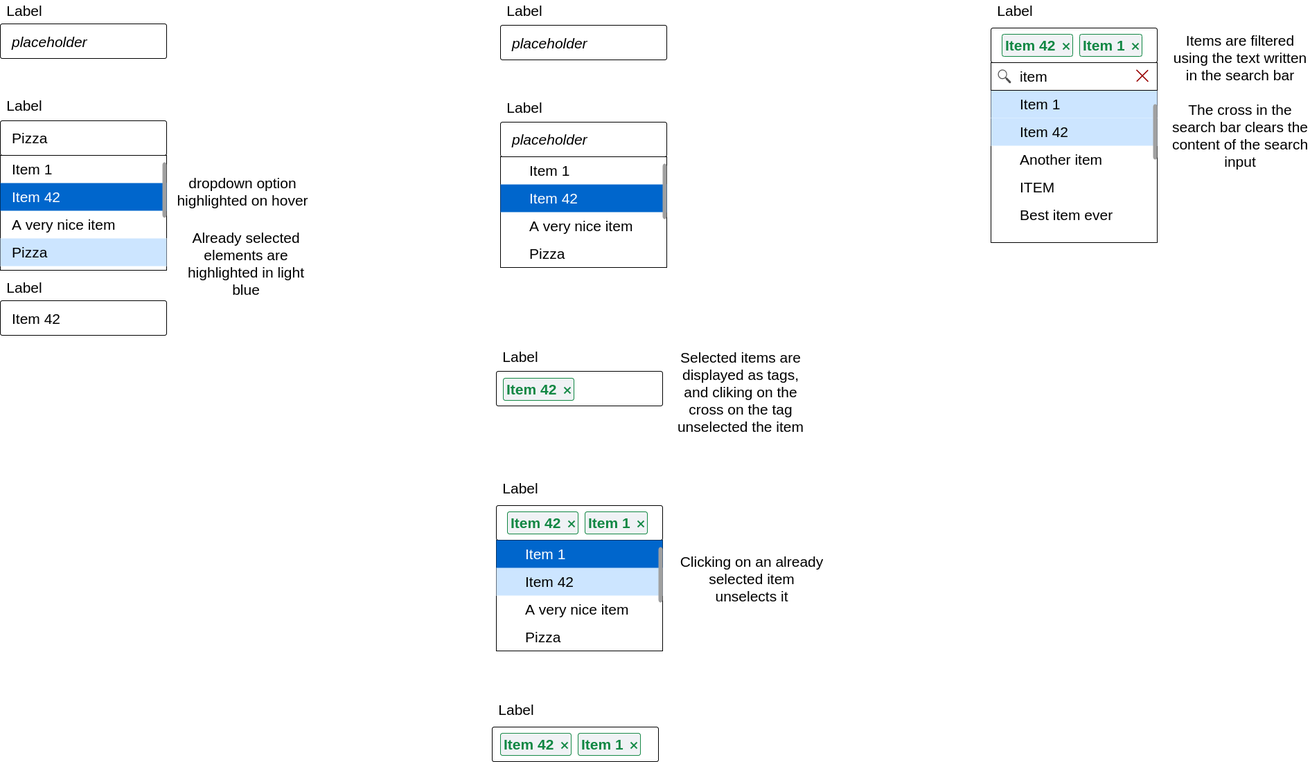
nberthou/pasqal-frontend-test keeps this draw.io diagram as docs/designs.drawio.png. Above is the earlier version. Source tidied: cells renumbered, new cells last; positions are measured from the earlier drawing's top-left corner, leaving out a move shared by most shapes.
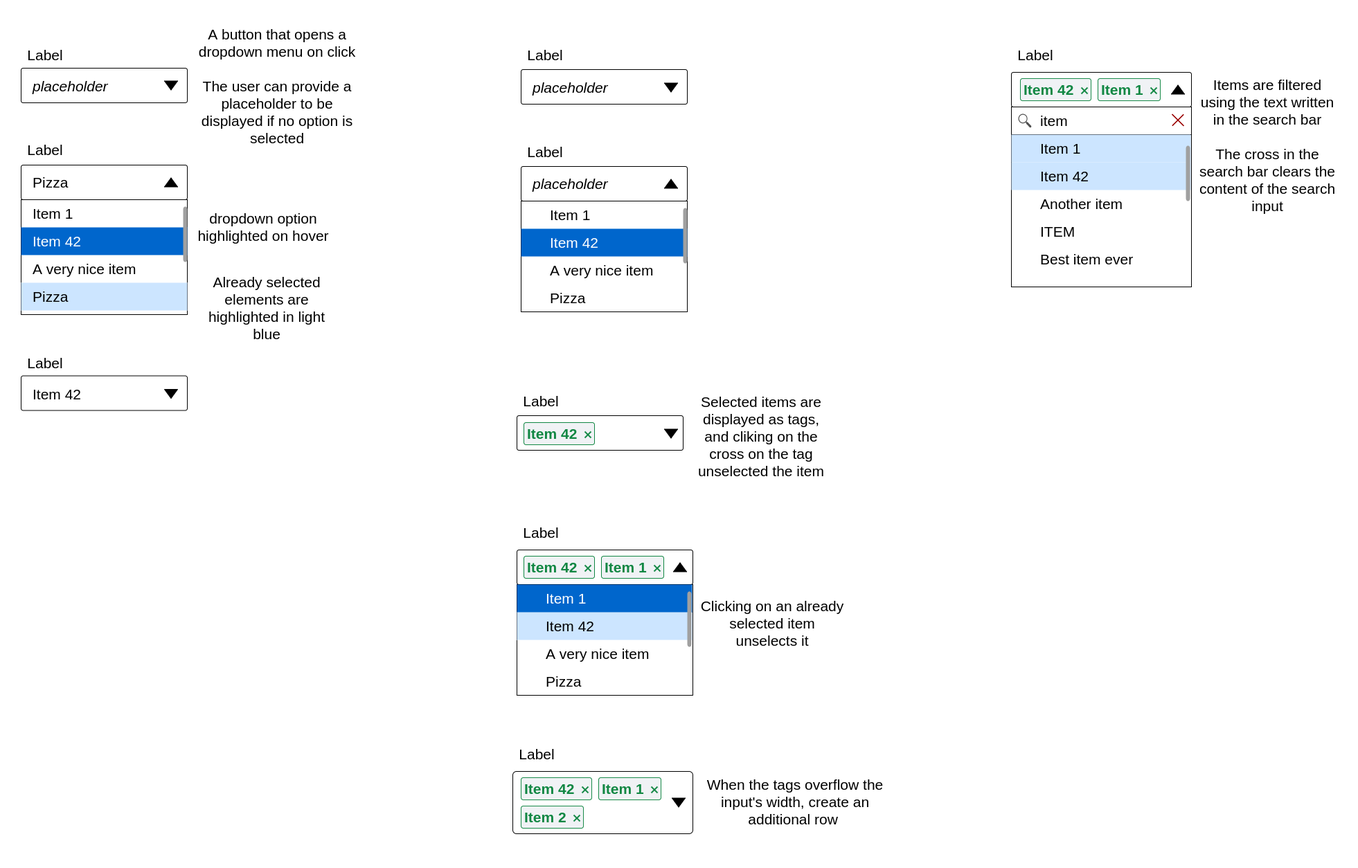
The same diagram one commit later.

What changed in the source:
```diff
@@ -1,16 +1,28 @@
-<mxGraphModel>
+<mxGraphModel background="#FFFFFF">
   <root>
     <mxCell id="0" />
     <mxCell id="1" parent="0" />
+    <mxCell id="52" style="rounded=1;whiteSpace=wrap;html=1;fontSize=21;align=center;arcSize=0;" parent="1" vertex="1">
+      <mxGeometry x="1430" y="90" width="260" height="260" as="geometry" />
+    </mxCell>
+    <mxCell id="63" style="rounded=0;whiteSpace=wrap;html=1;shadow=0;fontSize=21;fontColor=#000000;strokeWidth=1;gradientColor=none;gradientDirection=radial;align=left;fillColor=none;" parent="1" vertex="1">
+      <mxGeometry x="1430" y="90" width="260" height="40" as="geometry" />
+    </mxCell>
+    <mxCell id="66" value="item" style="text;html=1;strokeColor=none;fillColor=none;align=left;verticalAlign=middle;whiteSpace=wrap;rounded=0;fontSize=21;spacingLeft=40;" parent="1" vertex="1">
+      <mxGeometry x="1430" y="90" width="260" height="40" as="geometry" />
+    </mxCell>
+    <mxCell id="27" style="rounded=1;whiteSpace=wrap;html=1;fontSize=21;align=center;arcSize=0;" parent="1" vertex="1">
+      <mxGeometry x="716" y="780" width="254" height="160" as="geometry" />
+    </mxCell>
+    <mxCell id="31" value="Pizza" style="text;html=1;strokeColor=none;fillColor=none;align=left;verticalAlign=middle;whiteSpace=wrap;rounded=0;fontSize=21;spacingLeft=40;" parent="1" vertex="1">
+      <mxGeometry x="716" y="900" width="253" height="40" as="geometry" />
+    </mxCell>
     <mxCell id="2" style="rounded=1;whiteSpace=wrap;html=1;fontSize=21;align=center;arcSize=6;" parent="1" vertex="1">
-      <mxGeometry y="434" width="240" height="50" as="geometry" />
+      <mxGeometry y="478.5" width="240" height="50" as="geometry" />
     </mxCell>
     <mxCell id="3" value="Item 42" style="text;html=1;strokeColor=none;fillColor=none;align=left;verticalAlign=middle;whiteSpace=wrap;rounded=0;fontSize=21;spacingLeft=15;" parent="1" vertex="1">
-      <mxGeometry y="440" width="240" height="40" as="geometry" />
+      <mxGeometry y="484.5" width="240" height="40" as="geometry" />
     </mxCell>
-    <mxCell id="4" value="Item 42" style="text;html=1;strokeColor=none;fillColor=none;align=left;verticalAlign=middle;whiteSpace=wrap;rounded=0;fontSize=21;spacingLeft=40;" parent="1" vertex="1">
-      <mxGeometry x="1440" y="100" width="240" height="40" as="geometry" />
-    </mxCell>
     <mxCell id="5" style="rounded=1;whiteSpace=wrap;html=1;fontSize=21;align=center;arcSize=6;" parent="1" vertex="1">
       <mxGeometry y="34" width="240" height="50" as="geometry" />
     </mxCell>
@@ -72,31 +84,25 @@
       <mxGeometry x="956" y="236" width="6" height="80" as="geometry" />
     </mxCell>
     <mxCell id="25" style="rounded=1;whiteSpace=wrap;html=1;fontSize=21;align=center;arcSize=6;" parent="1" vertex="1">
-      <mxGeometry x="710" y="1050" width="240" height="50" as="geometry" />
+      <mxGeometry x="710" y="1050" width="260" height="90" as="geometry" />
     </mxCell>
     <mxCell id="26" style="rounded=1;whiteSpace=wrap;html=1;fontSize=21;align=center;arcSize=6;" parent="1" vertex="1">
-      <mxGeometry x="716" y="730" width="240" height="50" as="geometry" />
+      <mxGeometry x="716" y="730" width="254" height="50" as="geometry" />
     </mxCell>
-    <mxCell id="27" style="rounded=1;whiteSpace=wrap;html=1;fontSize=21;align=center;arcSize=0;" parent="1" vertex="1">
-      <mxGeometry x="716" y="780" width="240" height="160" as="geometry" />
-    </mxCell>
     <mxCell id="28" value="Item 42" style="text;html=1;strokeColor=none;align=left;verticalAlign=middle;whiteSpace=wrap;rounded=0;fontSize=21;spacingLeft=40;fillColor=#CCE5FF;" parent="1" vertex="1">
-      <mxGeometry x="716" y="820" width="240" height="40" as="geometry" />
+      <mxGeometry x="716" y="820" width="253" height="40" as="geometry" />
     </mxCell>
     <mxCell id="29" value="Item 1" style="text;html=1;strokeColor=none;align=left;verticalAlign=middle;whiteSpace=wrap;rounded=0;fontSize=21;spacingLeft=40;fontColor=#FFFFFF;fillColor=#0066CC;" parent="1" vertex="1">
-      <mxGeometry x="716" y="780" width="240" height="40" as="geometry" />
+      <mxGeometry x="716" y="780" width="253" height="40" as="geometry" />
     </mxCell>
     <mxCell id="30" value="A very nice item" style="text;html=1;strokeColor=none;fillColor=none;align=left;verticalAlign=middle;whiteSpace=wrap;rounded=0;fontSize=21;spacingLeft=40;" parent="1" vertex="1">
-      <mxGeometry x="716" y="860" width="240" height="40" as="geometry" />
+      <mxGeometry x="716" y="860" width="253" height="40" as="geometry" />
     </mxCell>
-    <mxCell id="31" value="Pizza" style="text;html=1;strokeColor=none;fillColor=none;align=left;verticalAlign=middle;whiteSpace=wrap;rounded=0;fontSize=21;spacingLeft=40;" parent="1" vertex="1">
-      <mxGeometry x="716" y="900" width="240" height="40" as="geometry" />
-    </mxCell>
     <mxCell id="32" style="html=1;verticalLabelPosition=bottom;labelBackgroundColor=#ffffff;verticalAlign=top;shadow=0;dashed=0;strokeWidth=2;shape=mxgraph.ios7.misc.scroll_(vertical);fillColor=#a0a0a0;rounded=0;fontSize=21;fontColor=#FFFFFF;" parent="1" vertex="1">
-      <mxGeometry x="950" y="790" width="6" height="80" as="geometry" />
+      <mxGeometry x="962" y="790" width="6" height="80" as="geometry" />
     </mxCell>
     <mxCell id="33" value="Item 42" style="dashed=0;html=1;fillColor=#F0F2F5;align=left;rounded=1;arcSize=10;fontStyle=1;fontSize=21;shadow=0;spacingLeft=3;strokeColor=#118743;fontColor=#118743;" parent="1" vertex="1">
-      <mxGeometry x="732" y="739" width="102" height="32" as="geometry" />
+      <mxGeometry x="726" y="739" width="102" height="32" as="geometry" />
     </mxCell>
     <mxCell id="34" style="html=1;shadow=0;dashed=0;shape=mxgraph.atlassian.x;strokeWidth=2;strokeColor=#118743;" parent="33" vertex="1">
       <mxGeometry x="1" y="0.5" width="9" height="9" relative="1" as="geometry">
@@ -104,7 +110,7 @@
       </mxGeometry>
     </mxCell>
     <mxCell id="35" value="Item 1" style="dashed=0;html=1;fillColor=#F0F2F5;align=left;rounded=1;arcSize=10;fontStyle=1;fontSize=21;shadow=0;spacingLeft=3;strokeColor=#118743;fontColor=#118743;" parent="1" vertex="1">
-      <mxGeometry x="844" y="739" width="90" height="32" as="geometry" />
+      <mxGeometry x="838" y="739" width="90" height="32" as="geometry" />
     </mxCell>
     <mxCell id="36" style="html=1;shadow=0;dashed=0;shape=mxgraph.atlassian.x;strokeWidth=2;strokeColor=#118743;" parent="35" vertex="1">
       <mxGeometry x="1" y="0.5" width="9" height="9" relative="1" as="geometry">
@@ -126,7 +132,7 @@
       <mxGeometry width="70" height="30" as="geometry" />
     </mxCell>
     <mxCell id="41" value="Label" style="text;html=1;strokeColor=none;fillColor=none;align=center;verticalAlign=middle;whiteSpace=wrap;rounded=0;shadow=0;fontSize=21;" parent="1" vertex="1">
-      <mxGeometry y="400" width="70" height="30" as="geometry" />
+      <mxGeometry y="444.5" width="70" height="30" as="geometry" />
     </mxCell>
     <mxCell id="42" value="Label" style="text;html=1;strokeColor=none;fillColor=none;align=center;verticalAlign=middle;whiteSpace=wrap;rounded=0;shadow=0;fontSize=21;" parent="1" vertex="1">
       <mxGeometry x="722" width="70" height="30" as="geometry" />
@@ -160,28 +166,25 @@
       </mxGeometry>
     </mxCell>
     <mxCell id="51" style="rounded=1;whiteSpace=wrap;html=1;fontSize=21;align=center;arcSize=6;" parent="1" vertex="1">
-      <mxGeometry x="1430" y="40" width="240" height="50" as="geometry" />
+      <mxGeometry x="1430" y="40" width="260" height="50" as="geometry" />
     </mxCell>
-    <mxCell id="52" style="rounded=1;whiteSpace=wrap;html=1;fontSize=21;align=center;arcSize=0;" parent="1" vertex="1">
-      <mxGeometry x="1430" y="90" width="240" height="260" as="geometry" />
-    </mxCell>
     <mxCell id="53" value="Item 42" style="text;html=1;strokeColor=none;align=left;verticalAlign=middle;whiteSpace=wrap;rounded=0;fontSize=21;spacingLeft=40;fillColor=#CCE5FF;" parent="1" vertex="1">
-      <mxGeometry x="1430" y="170" width="240" height="40" as="geometry" />
+      <mxGeometry x="1430" y="170" width="259" height="40" as="geometry" />
     </mxCell>
     <mxCell id="54" value="Item 1" style="text;html=1;strokeColor=none;align=left;verticalAlign=middle;whiteSpace=wrap;rounded=0;fontSize=21;spacingLeft=40;fillColor=#CCE5FF;" parent="1" vertex="1">
-      <mxGeometry x="1430" y="130" width="240" height="40" as="geometry" />
+      <mxGeometry x="1430" y="130" width="259" height="40" as="geometry" />
     </mxCell>
     <mxCell id="55" value="Another item" style="text;html=1;strokeColor=none;fillColor=none;align=left;verticalAlign=middle;whiteSpace=wrap;rounded=0;fontSize=21;spacingLeft=40;" parent="1" vertex="1">
-      <mxGeometry x="1430" y="210" width="240" height="40" as="geometry" />
+      <mxGeometry x="1430" y="210" width="259" height="40" as="geometry" />
     </mxCell>
     <mxCell id="56" value="ITEM" style="text;html=1;strokeColor=none;fillColor=none;align=left;verticalAlign=middle;whiteSpace=wrap;rounded=0;fontSize=21;spacingLeft=40;" parent="1" vertex="1">
-      <mxGeometry x="1430" y="250" width="240" height="40" as="geometry" />
+      <mxGeometry x="1430" y="250" width="259" height="40" as="geometry" />
     </mxCell>
     <mxCell id="57" style="html=1;verticalLabelPosition=bottom;labelBackgroundColor=#ffffff;verticalAlign=top;shadow=0;dashed=0;strokeWidth=2;shape=mxgraph.ios7.misc.scroll_(vertical);fillColor=#a0a0a0;rounded=0;fontSize=21;fontColor=#FFFFFF;" parent="1" vertex="1">
-      <mxGeometry x="1664" y="150" width="6" height="80" as="geometry" />
+      <mxGeometry x="1682" y="146" width="6" height="80" as="geometry" />
     </mxCell>
     <mxCell id="58" value="Item 42" style="dashed=0;html=1;fillColor=#F0F2F5;align=left;rounded=1;arcSize=10;fontStyle=1;fontSize=21;shadow=0;spacingLeft=3;strokeColor=#118743;fontColor=#118743;" parent="1" vertex="1">
-      <mxGeometry x="1446" y="49" width="102" height="32" as="geometry" />
+      <mxGeometry x="1443" y="49" width="102" height="32" as="geometry" />
     </mxCell>
     <mxCell id="59" style="html=1;shadow=0;dashed=0;shape=mxgraph.atlassian.x;strokeWidth=2;strokeColor=#118743;" parent="58" vertex="1">
       <mxGeometry x="1" y="0.5" width="9" height="9" relative="1" as="geometry">
@@ -189,7 +192,7 @@
       </mxGeometry>
     </mxCell>
     <mxCell id="60" value="Item 1" style="dashed=0;html=1;fillColor=#F0F2F5;align=left;rounded=1;arcSize=10;fontStyle=1;fontSize=21;shadow=0;spacingLeft=3;strokeColor=#118743;fontColor=#118743;" parent="1" vertex="1">
-      <mxGeometry x="1558" y="49" width="90" height="32" as="geometry" />
+      <mxGeometry x="1555" y="49" width="90" height="32" as="geometry" />
     </mxCell>
     <mxCell id="61" style="html=1;shadow=0;dashed=0;shape=mxgraph.atlassian.x;strokeWidth=2;strokeColor=#118743;" parent="60" vertex="1">
       <mxGeometry x="1" y="0.5" width="9" height="9" relative="1" as="geometry">
@@ -199,23 +202,17 @@
     <mxCell id="62" value="Label" style="text;html=1;strokeColor=none;fillColor=none;align=center;verticalAlign=middle;whiteSpace=wrap;rounded=0;shadow=0;fontSize=21;" parent="1" vertex="1">
       <mxGeometry x="1430" width="70" height="30" as="geometry" />
     </mxCell>
-    <mxCell id="63" style="rounded=0;whiteSpace=wrap;html=1;shadow=0;fontSize=21;fontColor=#000000;strokeWidth=1;gradientColor=none;gradientDirection=radial;align=left;fillColor=none;" parent="1" vertex="1">
-      <mxGeometry x="1430" y="90" width="240" height="40" as="geometry" />
-    </mxCell>
     <mxCell id="64" style="shadow=0;dashed=0;html=1;strokeColor=none;fillColor=#505050;labelPosition=center;verticalLabelPosition=bottom;verticalAlign=top;align=center;shape=mxgraph.office.concepts.search;rounded=0;fontSize=21;fontColor=#FFFFFF;flipV=0;flipH=1;" parent="1" vertex="1">
       <mxGeometry x="1440" y="100" width="19" height="20" as="geometry" />
     </mxCell>
     <mxCell id="65" style="shape=cross;whiteSpace=wrap;html=1;rounded=0;shadow=0;fontSize=21;fontColor=#FFFFFF;fillColor=#FFFFFF;align=left;rotation=45;size=0.031737545094589155;strokeColor=#990000;" parent="1" vertex="1">
-      <mxGeometry x="1637" y="97.9" width="23" height="22.1" as="geometry" />
+      <mxGeometry x="1659" y="97.9" width="23" height="22.1" as="geometry" />
     </mxCell>
-    <mxCell id="66" value="item" style="text;html=1;strokeColor=none;fillColor=none;align=left;verticalAlign=middle;whiteSpace=wrap;rounded=0;fontSize=21;spacingLeft=40;" parent="1" vertex="1">
-      <mxGeometry x="1430" y="90" width="240" height="40" as="geometry" />
-    </mxCell>
     <mxCell id="67" value="Best item ever" style="text;html=1;strokeColor=none;fillColor=none;align=left;verticalAlign=middle;whiteSpace=wrap;rounded=0;fontSize=21;spacingLeft=40;" parent="1" vertex="1">
-      <mxGeometry x="1430" y="290" width="240" height="40" as="geometry" />
+      <mxGeometry x="1430" y="290" width="259" height="40" as="geometry" />
     </mxCell>
     <mxCell id="68" value="dropdown option highlighted on hover" style="text;html=1;strokeColor=none;fillColor=none;align=center;verticalAlign=middle;whiteSpace=wrap;rounded=0;shadow=0;fontSize=21;fontColor=#000000;" parent="1" vertex="1">
-      <mxGeometry x="250" y="237" width="200" height="77" as="geometry" />
+      <mxGeometry x="250" y="224" width="200" height="77" as="geometry" />
     </mxCell>
     <mxCell id="69" value="Already selected elements are highlighted in light blue" style="text;html=1;strokeColor=none;fillColor=none;align=center;verticalAlign=middle;whiteSpace=wrap;rounded=0;shadow=0;fontSize=21;fontColor=#000000;" parent="1" vertex="1">
       <mxGeometry x="250" y="316" width="210" height="128.5" as="geometry" />
@@ -227,10 +224,51 @@
       <mxGeometry x="964" y="501.8" width="210" height="128.5" as="geometry" />
     </mxCell>
     <mxCell id="72" value="Items are filtered using the text written in the search bar&lt;br&gt;&lt;br&gt;The cross in the search bar clears the content of the search input" style="text;html=1;strokeColor=none;fillColor=none;align=center;verticalAlign=middle;whiteSpace=wrap;rounded=0;shadow=0;fontSize=21;fontColor=#000000;" parent="1" vertex="1">
-      <mxGeometry x="1690" y="30" width="200" height="230" as="geometry" />
+      <mxGeometry x="1700" y="30" width="200" height="230" as="geometry" />
     </mxCell>
     <mxCell id="73" value="Pizza" style="text;html=1;align=left;verticalAlign=middle;whiteSpace=wrap;rounded=0;fontSize=21;spacingLeft=15;fillColor=#CCE5FF;" parent="1" vertex="1">
       <mxGeometry y="344" width="240" height="40" as="geometry" />
     </mxCell>
+    <mxCell id="74" style="triangle;whiteSpace=wrap;html=1;rotation=90;fillColor=#000000;" parent="1" vertex="1">
+      <mxGeometry x="210" y="49.5" width="13" height="19" as="geometry" />
+    </mxCell>
+    <mxCell id="75" style="triangle;whiteSpace=wrap;html=1;rotation=-90;fillColor=#000000;" parent="1" vertex="1">
+      <mxGeometry x="210" y="189.5" width="13" height="19" as="geometry" />
+    </mxCell>
+    <mxCell id="76" style="triangle;whiteSpace=wrap;html=1;rotation=90;fillColor=#000000;" parent="1" vertex="1">
+      <mxGeometry x="210" y="495" width="13" height="19" as="geometry" />
+    </mxCell>
+    <mxCell id="77" style="triangle;whiteSpace=wrap;html=1;rotation=90;fillColor=#000000;" parent="1" vertex="1">
+      <mxGeometry x="932" y="52.5" width="13" height="19" as="geometry" />
+    </mxCell>
+    <mxCell id="78" style="triangle;whiteSpace=wrap;html=1;rotation=90;fillColor=#000000;direction=west;" parent="1" vertex="1">
+      <mxGeometry x="932" y="191.5" width="13" height="19" as="geometry" />
+    </mxCell>
+    <mxCell id="79" style="triangle;whiteSpace=wrap;html=1;rotation=90;fillColor=#000000;" parent="1" vertex="1">
+      <mxGeometry x="932" y="552.5" width="13" height="19" as="geometry" />
+    </mxCell>
+    <mxCell id="80" style="triangle;whiteSpace=wrap;html=1;rotation=90;fillColor=#000000;direction=west;" parent="1" vertex="1">
+      <mxGeometry x="945" y="745.5" width="13" height="19" as="geometry" />
+    </mxCell>
+    <mxCell id="81" style="triangle;whiteSpace=wrap;html=1;rotation=90;fillColor=#000000;direction=east;" parent="1" vertex="1">
+      <mxGeometry x="943" y="1085.5" width="13" height="19" as="geometry" />
+    </mxCell>
+    <mxCell id="82" value="A button that opens a dropdown menu on click&lt;br&gt;&lt;br&gt;The user can provide a placeholder to be displayed if no option is selected" style="text;html=1;strokeColor=none;fillColor=none;align=center;verticalAlign=middle;whiteSpace=wrap;rounded=0;shadow=0;fontSize=21;fontColor=#000000;" parent="1" vertex="1">
+      <mxGeometry x="250" y="-33.8" width="240" height="187.5" as="geometry" />
+    </mxCell>
+    <mxCell id="83" style="triangle;whiteSpace=wrap;html=1;rotation=90;fillColor=#000000;direction=west;" parent="1" vertex="1">
+      <mxGeometry x="1664" y="55.5" width="13" height="19" as="geometry" />
+    </mxCell>
+    <mxCell id="84" value="Item 2" style="dashed=0;html=1;fillColor=#F0F2F5;align=left;rounded=1;arcSize=10;fontStyle=1;fontSize=21;shadow=0;spacingLeft=3;strokeColor=#118743;fontColor=#118743;" parent="1" vertex="1">
+      <mxGeometry x="722" y="1100" width="90" height="32" as="geometry" />
+    </mxCell>
+    <mxCell id="85" style="html=1;shadow=0;dashed=0;shape=mxgraph.atlassian.x;strokeWidth=2;strokeColor=#118743;" parent="84" vertex="1">
+      <mxGeometry x="1" y="0.5" width="9" height="9" relative="1" as="geometry">
+        <mxPoint x="-14" y="-3" as="offset" />
+      </mxGeometry>
+    </mxCell>
+    <mxCell id="86" value="When the tags overflow the input's width, create an additional row&amp;nbsp;" style="text;html=1;strokeColor=none;fillColor=none;align=center;verticalAlign=middle;whiteSpace=wrap;rounded=0;shadow=0;fontSize=21;fontColor=#000000;" parent="1" vertex="1">
+      <mxGeometry x="980" y="1030" width="276" height="128.5" as="geometry" />
+    </mxCell>
   </root>
 </mxGraphModel>
```
